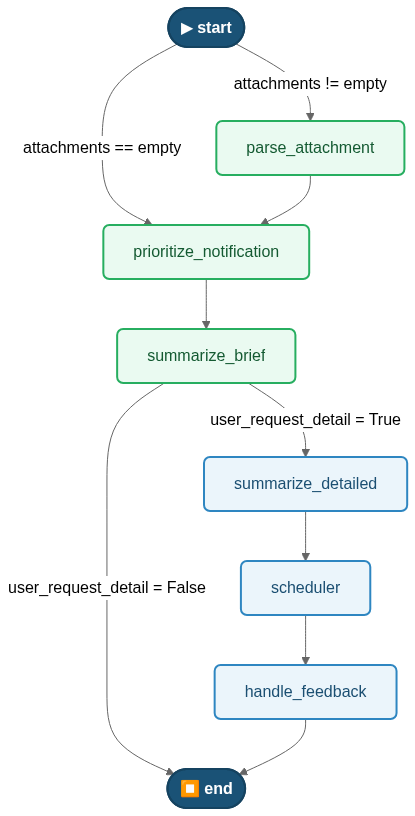
This is graph_diagram.png from t1qnq/E6-C401-Day06, a Mermaid export, as it was before one commit. Its source is kept beside it as graph_diagram.mmd. The source it was exported from:
```mermaid
graph TD
    START(["▶ __start__"])
    parse_attachment["parse_attachment"]
    prioritize_notification["prioritize_notification"]
    summarize_brief["summarize_brief"]
    summarize_detailed["summarize_detailed"]
    scheduler["scheduler"]
    handle_feedback["handle_feedback"]
    END(["⏹ __end__"])

    START -->|"attachments != empty"| parse_attachment
    START -->|"attachments == empty"| prioritize_notification
    parse_attachment --> prioritize_notification
    prioritize_notification --> summarize_brief
    summarize_brief -->|"user_request_detail = False"| END
    summarize_brief -->|"user_request_detail = True"| summarize_detailed
    summarize_detailed --> scheduler
    scheduler --> handle_feedback
    handle_feedback --> END

    classDef startEnd fill:#1A5276,color:#fff,stroke:#154360,stroke-width:2px,rx:20
    classDef phase1 fill:#EAFAF1,stroke:#27AE60,stroke-width:2px,color:#145A32,rx:6
    classDef phase2 fill:#EBF5FB,stroke:#2E86C1,stroke-width:2px,color:#1B4F72,rx:6

    class START,END startEnd
    class parse_attachment,prioritize_notification,summarize_brief phase1
    class summarize_detailed,scheduler,handle_feedback phase2
```
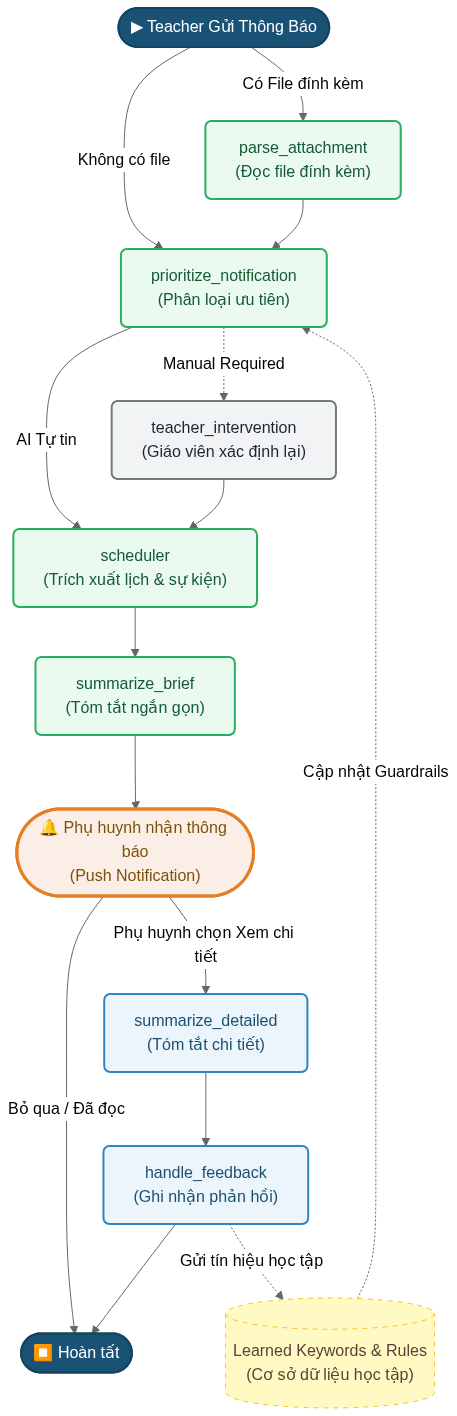
The same file after the commit.

What changed in the source:
```diff
@@ -1,27 +1,53 @@
 graph TD
-    START(["▶ __start__"])
-    parse_attachment["parse_attachment"]
-    prioritize_notification["prioritize_notification"]
-    summarize_brief["summarize_brief"]
-    summarize_detailed["summarize_detailed"]
-    scheduler["scheduler"]
-    handle_feedback["handle_feedback"]
-    END(["⏹ __end__"])
+    START(["▶ Teacher Gửi Thông Báo"])
 
-    START -->|"attachments != empty"| parse_attachment
-    START -->|"attachments == empty"| prioritize_notification
+    parse_attachment["parse_attachment<br/>(Đọc file đính kèm)"]
+    prioritize_notification["prioritize_notification<br/>(Phân loại ưu tiên)"]
+
+    TEACHER["teacher_intervention<br/>(Giáo viên xác định lại)"]
+
+    scheduler["scheduler<br/>(Trích xuất lịch & sự kiện)"]
+    summarize_brief["summarize_brief<br/>(Tóm tắt ngắn gọn)"]
+
+    PARENT_RECEIVE(["🔔 Phụ huynh nhận thông báo<br/>(Push Notification)"])
+
+    summarize_detailed["summarize_detailed<br/>(Tóm tắt chi tiết)"]
+    handle_feedback["handle_feedback<br/>(Ghi nhận phản hồi)"]
+
+    DB[("Learned Keywords & Rules<br/>(Cơ sở dữ liệu học tập)")]
+
+    END(["⏹ Hoàn tất"])
+
+    START -->|"Có File đính kèm"| parse_attachment
+    START -->|"Không có file"| prioritize_notification
     parse_attachment --> prioritize_notification
-    prioritize_notification --> summarize_brief
-    summarize_brief -->|"user_request_detail = False"| END
-    summarize_brief -->|"user_request_detail = True"| summarize_detailed
-    summarize_detailed --> scheduler
-    scheduler --> handle_feedback
+
+    prioritize_notification -->|"AI Tự tin"| scheduler
+    prioritize_notification -.->|"Manual Required"| TEACHER
+    TEACHER --> scheduler
+
+    scheduler --> summarize_brief
+    summarize_brief --> PARENT_RECEIVE
+
+    PARENT_RECEIVE -->|"Phụ huynh chọn Xem chi tiết"| summarize_detailed
+    PARENT_RECEIVE -->|"Bỏ qua / Đã đọc"| END
+
+    summarize_detailed --> handle_feedback
     handle_feedback --> END
+
+    handle_feedback -.->|"Gửi tín hiệu học tập"| DB
+    DB -.->|"Cập nhật Guardrails"| prioritize_notification
 
     classDef startEnd fill:#1A5276,color:#fff,stroke:#154360,stroke-width:2px,rx:20
     classDef phase1 fill:#EAFAF1,stroke:#27AE60,stroke-width:2px,color:#145A32,rx:6
     classDef phase2 fill:#EBF5FB,stroke:#2E86C1,stroke-width:2px,color:#1B4F72,rx:6
+    classDef manual fill:#F2F3F4,stroke:#707B7C,stroke-width:2px,color:#1B2631,rx:6
+    classDef interaction fill:#FBEEE6,stroke:#E67E22,stroke-width:3px,color:#7E5109,rx:10
+    classDef database fill:#FFF9C4,stroke:#FBC02D,stroke-dasharray: 5 5,color:#5D4037,rx:6
 
     class START,END startEnd
-    class parse_attachment,prioritize_notification,summarize_brief phase1
-    class summarize_detailed,scheduler,handle_feedback phase2
+    class parse_attachment,prioritize_notification,scheduler,summarize_brief phase1
+    class summarize_detailed,handle_feedback phase2
+    class TEACHER manual
+    class PARENT_RECEIVE interaction
+    class DB database
```
